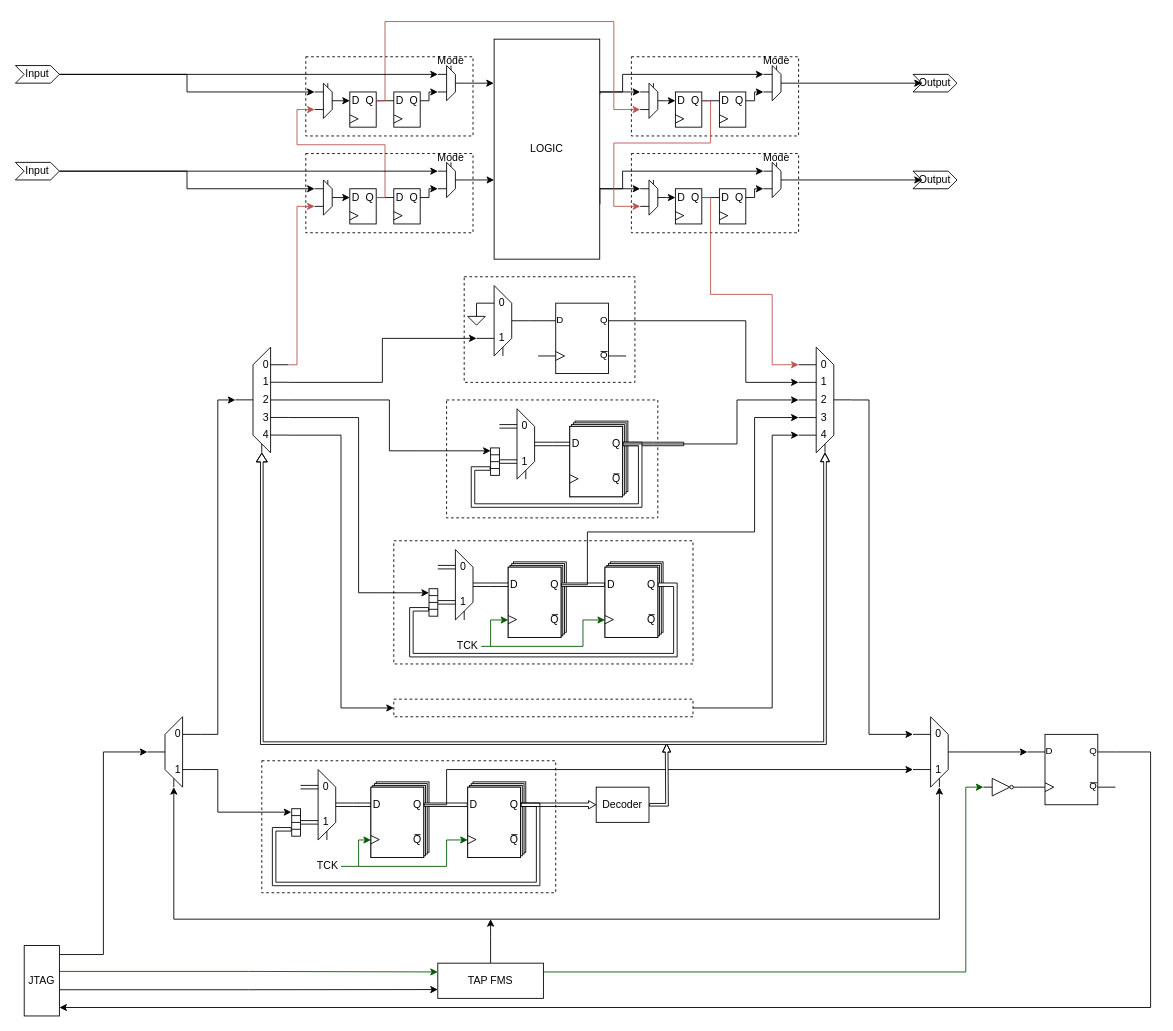
Before: JTAG.drawio in Verdvana/JTAG, a draw.io diagram. Source tidied: cells renumbered, new cells numbered last; positions are measured from the earlier drawing's top-left corner, leaving out a move shared by most shapes. Both pictures are drawn from the tidied source at 88%, with x=0, y=0 at pixel (15, 21).
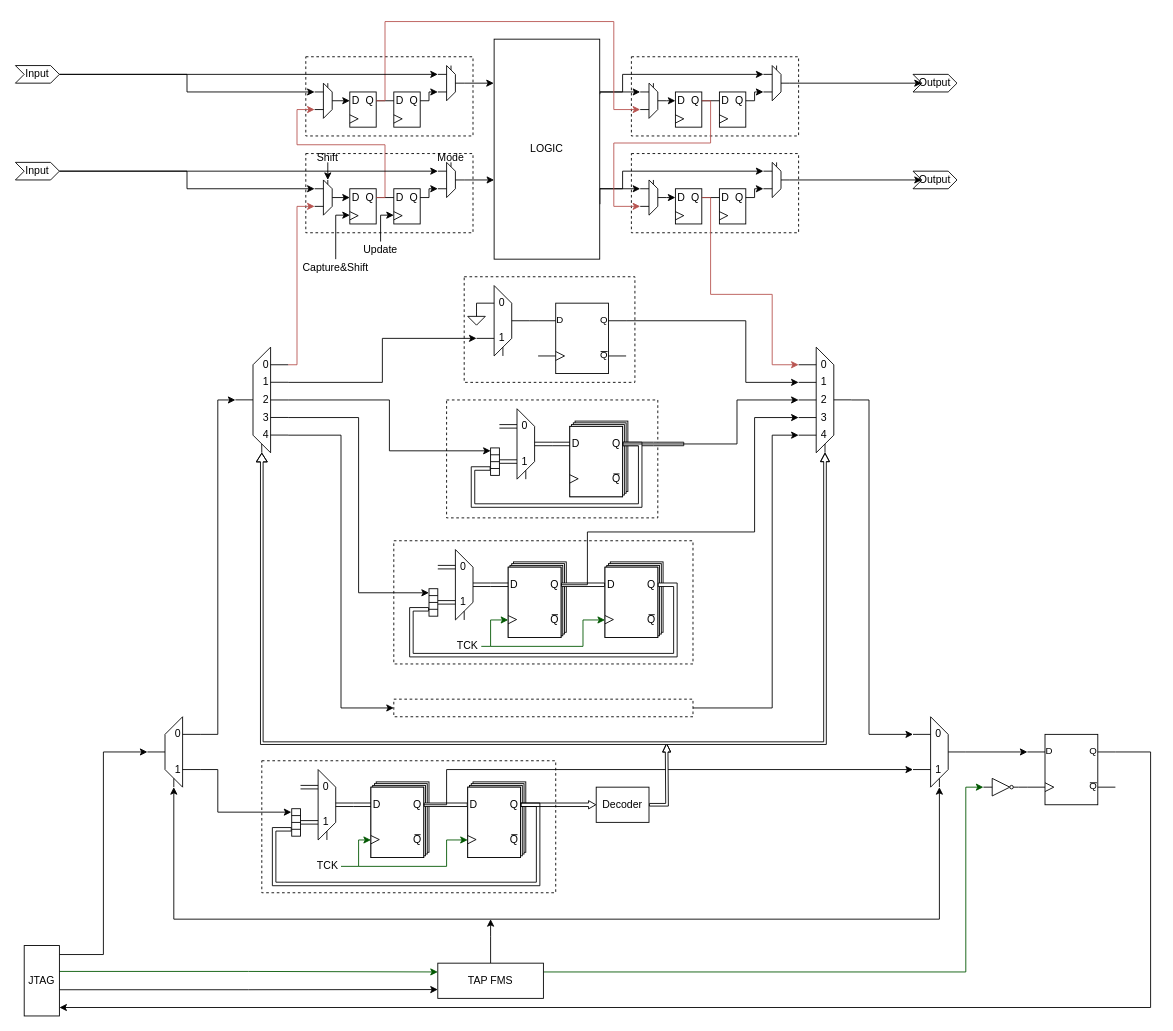
Above is the later version.

Unchanged cells that the change refers to:
```xml
<mxCell id="231" style="whiteSpace=wrap;html=1;" parent="230" vertex="1">
  <mxGeometry width="30" height="40" as="geometry" />
</mxCell>
<mxCell id="237" style="whiteSpace=wrap;html=1;" parent="236" vertex="1">
  <mxGeometry width="30" height="40" as="geometry" />
</mxCell>
```

What changed in the source:
```diff
@@
-    <mxCell id="386" value="Mode" style="text;strokeColor=none;align=center;fillColor=none;html=1;verticalAlign=middle;whiteSpace=wrap;rounded=0;" parent="1" vertex="1">
-      <mxGeometry x="480" y="40" width="30" height="10" as="geometry" />
-    </mxCell>
-    <mxCell id="387" value="Mode" style="text;strokeColor=none;align=center;fillColor=none;html=1;verticalAlign=middle;whiteSpace=wrap;rounded=0;" parent="1" vertex="1">
-      <mxGeometry x="850" y="150" width="30" height="10" as="geometry" />
-    </mxCell>
-    <mxCell id="388" value="Mode" style="text;strokeColor=none;align=center;fillColor=none;html=1;verticalAlign=middle;whiteSpace=wrap;rounded=0;" parent="1" vertex="1">
-      <mxGeometry x="850" y="40" width="30" height="10" as="geometry" />
-    </mxCell>
@@
+    <mxCell id="395" style="edgeStyle=orthogonalEdgeStyle;rounded=0;jettySize=auto;html=1;exitX=0.5;exitY=0;exitDx=0;exitDy=0;entryX=0;entryY=0.75;entryDx=0;entryDy=0;" parent="1" edge="1" source="396" target="231">
+      <mxGeometry relative="1" as="geometry">
+        <Array as="points">
+          <mxPoint x="364" y="220" />
+        </Array>
+      </mxGeometry>
+    </mxCell>
+    <mxCell id="396" value="Capture&amp;amp;Shift" style="text;strokeColor=none;align=center;fillColor=none;html=1;verticalAlign=middle;whiteSpace=wrap;rounded=0;" parent="1" vertex="1">
+      <mxGeometry x="324" y="270" width="80" height="20" as="geometry" />
+    </mxCell>
+    <mxCell id="397" style="edgeStyle=orthogonalEdgeStyle;rounded=0;jettySize=auto;html=1;exitX=0.5;exitY=0;exitDx=0;exitDy=0;entryX=0;entryY=0.75;entryDx=0;entryDy=0;" parent="1" edge="1" source="398" target="237">
+      <mxGeometry relative="1" as="geometry">
+        <Array as="points">
+          <mxPoint x="415" y="220" />
+        </Array>
+      </mxGeometry>
+    </mxCell>
+    <mxCell id="398" value="Update" style="text;strokeColor=none;align=center;fillColor=none;html=1;verticalAlign=middle;whiteSpace=wrap;rounded=0;" parent="1" vertex="1">
+      <mxGeometry x="395" y="250" width="40" height="20" as="geometry" />
+    </mxCell>
+    <mxCell id="399" style="edgeStyle=orthogonalEdgeStyle;rounded=0;jettySize=auto;html=1;exitX=0.5;exitY=1;exitDx=0;exitDy=0;entryX=0.5;entryY=0;entryDx=0;entryDy=0;" parent="1" edge="1" source="400">
+      <mxGeometry relative="1" as="geometry">
+        <mxPoint x="355" y="180" as="targetPoint" />
+      </mxGeometry>
+    </mxCell>
+    <mxCell id="400" value="Shift" style="text;strokeColor=none;align=center;fillColor=none;html=1;verticalAlign=middle;whiteSpace=wrap;rounded=0;" parent="1" vertex="1">
+      <mxGeometry x="340" y="150" width="30" height="10" as="geometry" />
+    </mxCell>
```
